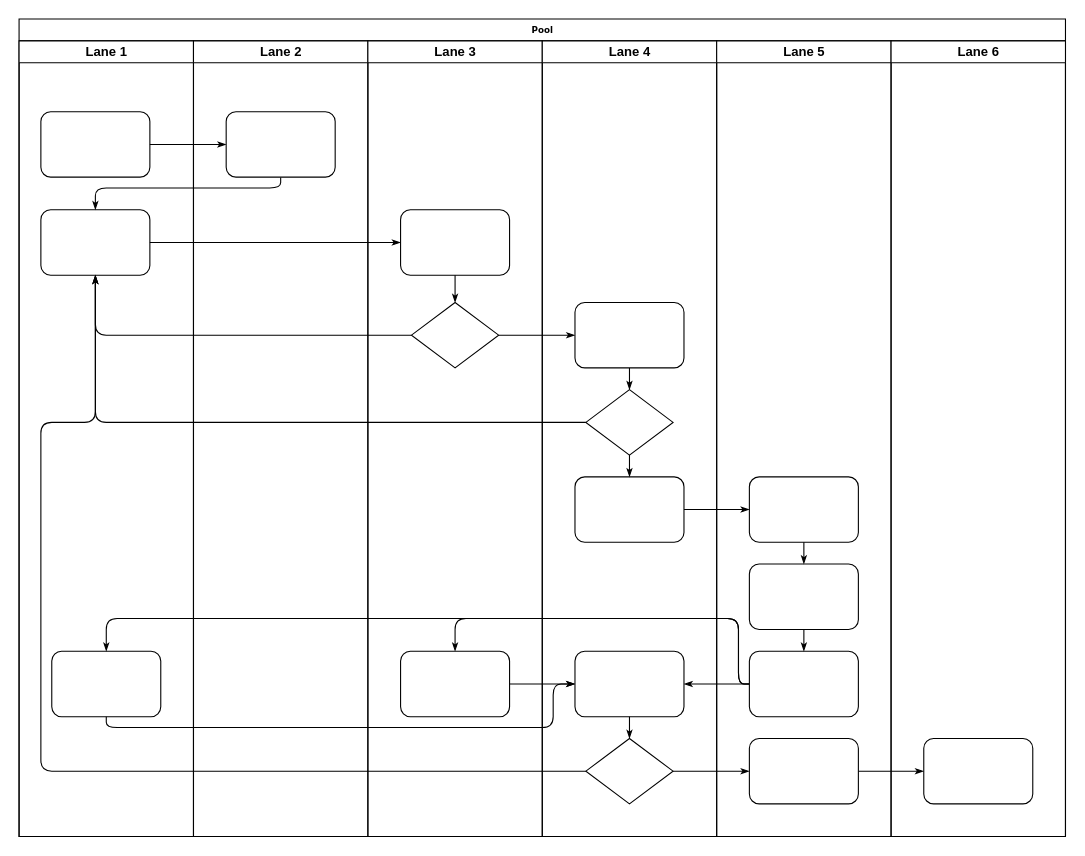
noru/draw.io keeps this draw.io diagram as flowchart/porte-noire.drawio. Above is the earlier version. Source tidied: cells renumbered, new cells numbered last; positions are measured from the earlier drawing's top-left corner, leaving out a move shared by most shapes. Both pictures are drawn from the tidied source at 109%, with x=0, y=0 at pixel (19, 19).
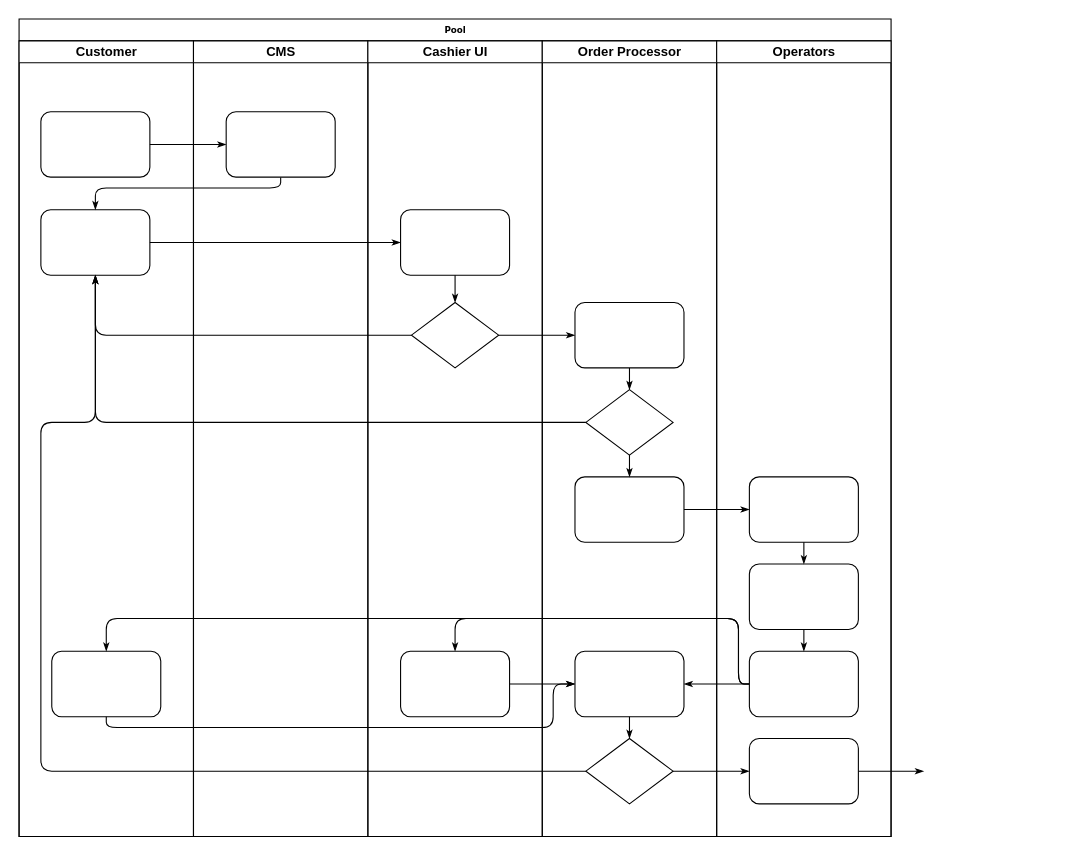
The same page after the edit.

The change refers to these unchanged cells:
```xml
<mxCell id="42" style="rounded=1;whiteSpace=wrap;html=1;shadow=0;labelBackgroundColor=none;strokeWidth=1;fontFamily=Verdana;fontSize=8;align=center;" parent="38" vertex="1">
  <mxGeometry x="30" y="640" width="100" height="60" as="geometry" />
</mxCell>
```

Change to the diagram source:
```diff
@@
     <mxCell id="2" value="Pool" style="swimlane;html=1;startSize=20;rounded=0;shadow=0;labelBackgroundColor=none;strokeWidth=1;fontFamily=Verdana;fontSize=8;align=center;" parent="1" vertex="1">
-      <mxGeometry width="960" height="750" as="geometry" />
+      <mxGeometry width="800" height="750" as="geometry" />
     </mxCell>
-    <mxCell id="3" value="Lane 1" style="swimlane;html=1;startSize=20;" parent="2" vertex="1">
+    <mxCell id="3" value="Customer" style="swimlane;html=1;startSize=20;" parent="2" vertex="1">
       <mxGeometry y="20" width="160" height="730" as="geometry" />
     </mxCell>
@@
-    <mxCell id="15" style="edgeStyle=orthogonalEdgeStyle;rounded=1;html=1;labelBackgroundColor=none;startArrow=none;startFill=0;startSize=5;endArrow=classicThin;endFill=1;endSize=5;jettySize=auto;strokeWidth=1;fontFamily=Verdana;fontSize=8;" parent="2" edge="1" source="42" target="46">
-      <mxGeometry relative="1" as="geometry" />
+    <mxCell id="15" style="edgeStyle=orthogonalEdgeStyle;rounded=1;html=1;labelBackgroundColor=none;startArrow=none;startFill=0;startSize=5;endArrow=classicThin;endFill=1;endSize=5;jettySize=auto;strokeWidth=1;fontFamily=Verdana;fontSize=8;" parent="2" edge="1" source="42">
+      <mxGeometry relative="1" as="geometry">
+        <mxPoint x="830" y="690" as="targetPoint" />
+      </mxGeometry>
     </mxCell>
@@
-    <mxCell id="22" value="Lane 2" style="swimlane;html=1;startSize=20;" parent="2" vertex="1">
+    <mxCell id="22" value="CMS" style="swimlane;html=1;startSize=20;" parent="2" vertex="1">
       <mxGeometry x="160" y="20" width="160" height="730" as="geometry" />
     </mxCell>
@@
-    <mxCell id="24" value="Lane 3" style="swimlane;html=1;startSize=20;" parent="2" vertex="1">
+    <mxCell id="24" value="Cashier UI" style="swimlane;html=1;startSize=20;" parent="2" vertex="1">
       <mxGeometry x="320" y="20" width="160" height="730" as="geometry" />
     </mxCell>
@@
-    <mxCell id="29" value="Lane 4" style="swimlane;html=1;startSize=20;" parent="2" vertex="1">
+    <mxCell id="29" value="Order Processor" style="swimlane;html=1;startSize=20;" parent="2" vertex="1">
       <mxGeometry x="480" y="20" width="160" height="730" as="geometry" />
     </mxCell>
@@
-    <mxCell id="38" value="Lane 5" style="swimlane;html=1;startSize=20;" parent="2" vertex="1">
+    <mxCell id="38" value="Operators" style="swimlane;html=1;startSize=20;" parent="2" vertex="1">
       <mxGeometry x="640" y="20" width="160" height="730" as="geometry" />
     </mxCell>
@@
-    <mxCell id="45" value="Lane 6" style="swimlane;html=1;startSize=20;" parent="2" vertex="1">
-      <mxGeometry x="800" y="20" width="160" height="730" as="geometry" />
-    </mxCell>
-    <mxCell id="46" style="rounded=1;whiteSpace=wrap;html=1;shadow=0;labelBackgroundColor=none;strokeWidth=1;fontFamily=Verdana;fontSize=8;align=center;" parent="45" vertex="1">
-      <mxGeometry x="30" y="640" width="100" height="60" as="geometry" />
-    </mxCell>
```
